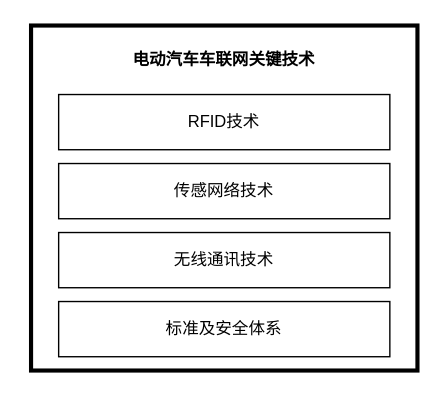
burnandgun/diagrams keeps this draw.io diagram as 电动汽车车联网关键技术.drawio. Above is the earlier version. Source tidied: cells renumbered, new cells numbered last; positions are measured from the earlier drawing's top-left corner, leaving out a move shared by most shapes. Both pictures are drawn from the tidied source at 138%, with x=0, y=0 at pixel (23, 25).
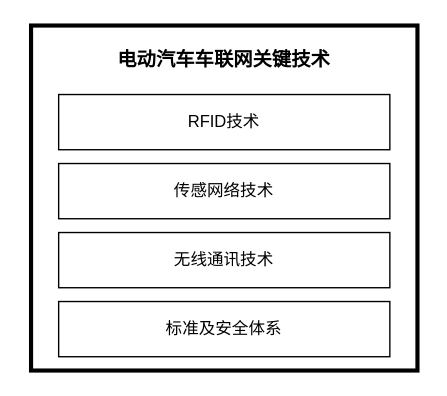
The same diagram, later.

Commit message (it also covers changes not shown here):
更新电动汽车车联网关键技术.drawio

The edit, as a diff of the source:
```diff
@@
 <mxGraphModel>
   <root>
     <mxCell id="0" />
     <mxCell id="1" parent="0" />
     <mxCell id="2" style="rounded=0;whiteSpace=wrap;html=1;fillColor=none;strokeWidth=3;" parent="1" vertex="1">
       <mxGeometry x="5" width="280" height="250" as="geometry" />
     </mxCell>
     <mxCell id="3" value="RFID技术" style="rounded=0;whiteSpace=wrap;html=1;fillColor=none;" parent="1" vertex="1">
       <mxGeometry x="25" y="50" width="240" height="40" as="geometry" />
     </mxCell>
     <mxCell id="4" value="传感网络技术" style="rounded=0;whiteSpace=wrap;html=1;fillColor=none;" parent="1" vertex="1">
       <mxGeometry x="25" y="100" width="240" height="40" as="geometry" />
     </mxCell>
     <mxCell id="5" value="无线通讯技术" style="rounded=0;whiteSpace=wrap;html=1;fillColor=none;" parent="1" vertex="1">
       <mxGeometry x="25" y="150" width="240" height="40" as="geometry" />
     </mxCell>
     <mxCell id="6" value="标准及安全体系" style="rounded=0;whiteSpace=wrap;html=1;fillColor=none;" parent="1" vertex="1">
       <mxGeometry x="25" y="200" width="240" height="40" as="geometry" />
     </mxCell>
-    <mxCell id="7" value="电动汽车车联网关键技术" style="text;html=1;strokeColor=none;fillColor=none;align=center;verticalAlign=middle;whiteSpace=wrap;rounded=0;fontStyle=1;" parent="1" vertex="1">
+    <mxCell id="7" value="电动汽车车联网关键技术" style="text;html=1;strokeColor=none;fillColor=none;align=center;verticalAlign=middle;whiteSpace=wrap;rounded=0;fontStyle=1;fontSize=14;" parent="1" vertex="1">
       <mxGeometry y="10" width="290" height="30" as="geometry" />
     </mxCell>
   </root>
 </mxGraphModel>
```
